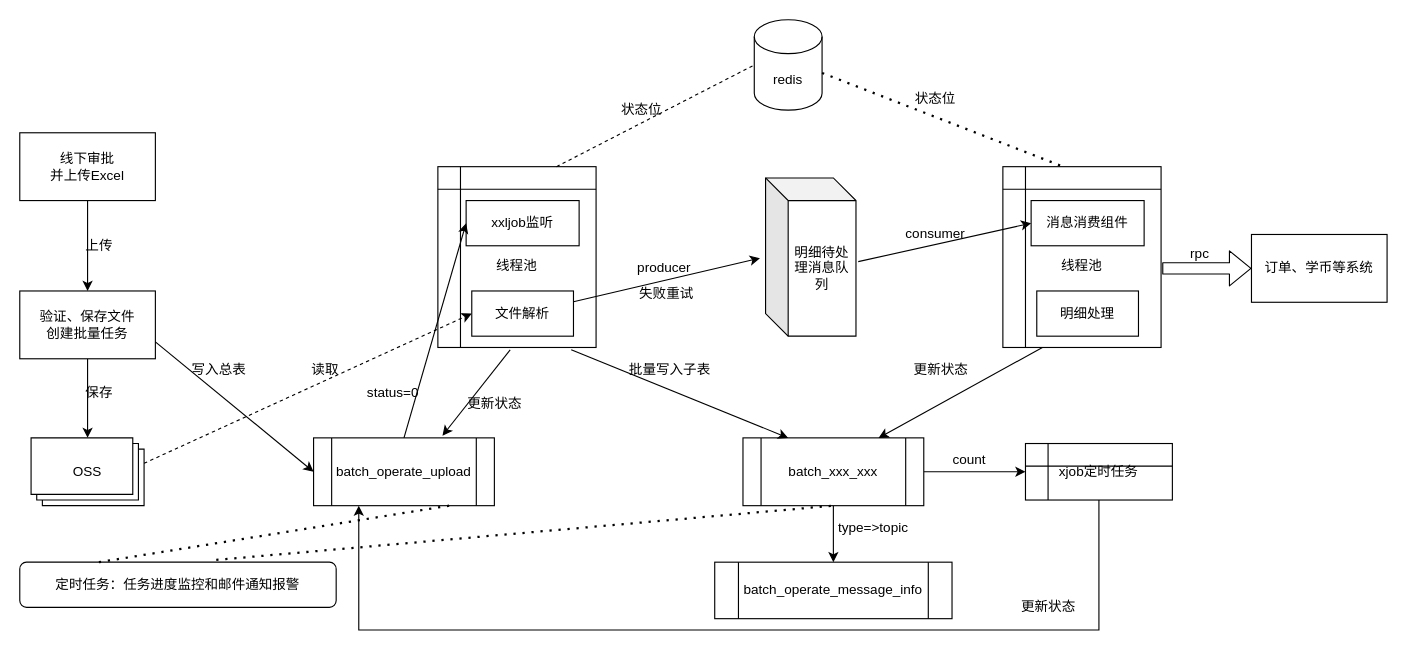
The draw.io diagram batch_operate_upload.drawio in mirai3zZ/mojito, before the edit. Source tidied: cells renumbered, new cells numbered last; positions are measured from the earlier drawing's top-left corner, leaving out a move shared by most shapes. Both pictures are drawn from the tidied source at 113%, with x=0, y=0 at pixel (19, 19).
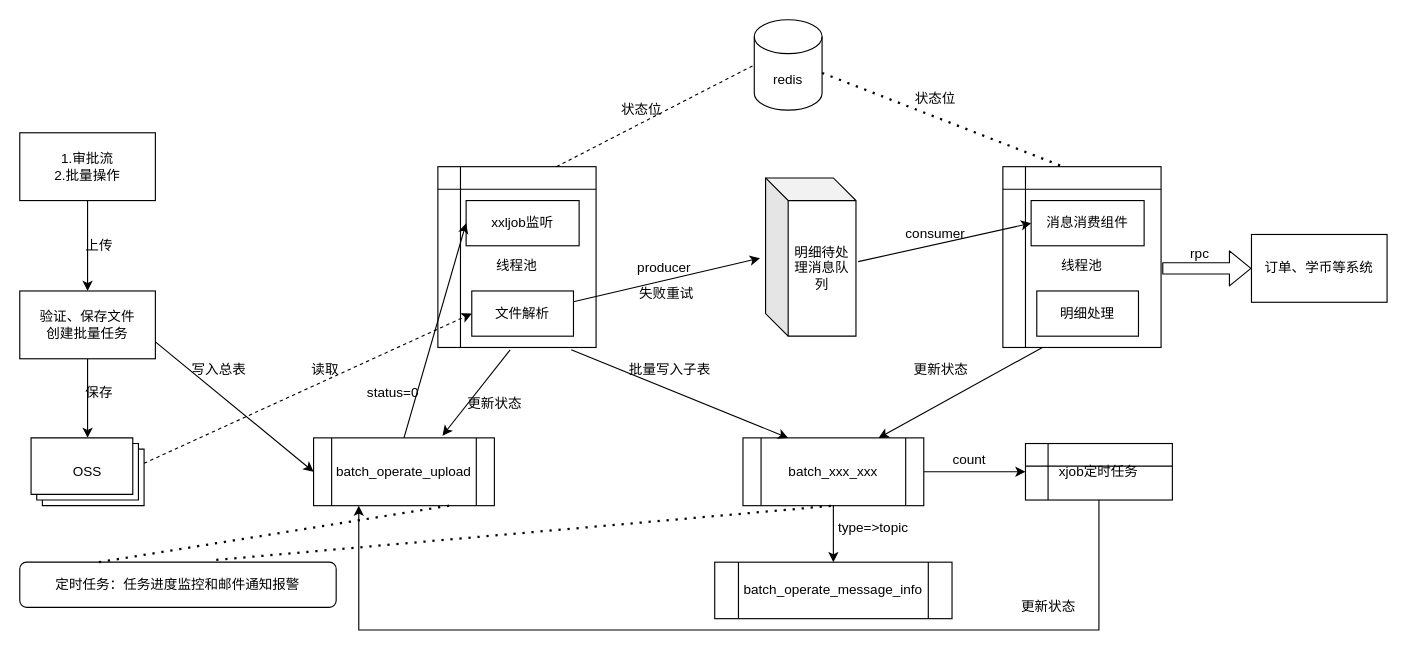
The same diagram, later.

Change to the diagram source:
```diff
@@
-    <mxCell id="3" value="线下审批&lt;br&gt;并上传Excel" style="rounded=0;whiteSpace=wrap;html=1;" parent="1" vertex="1">
+    <mxCell id="3" value="1.审批流&lt;br&gt;2.批量操作" style="rounded=0;whiteSpace=wrap;html=1;" parent="1" vertex="1">
       <mxGeometry y="100" width="120" height="60" as="geometry" />
     </mxCell>
```
